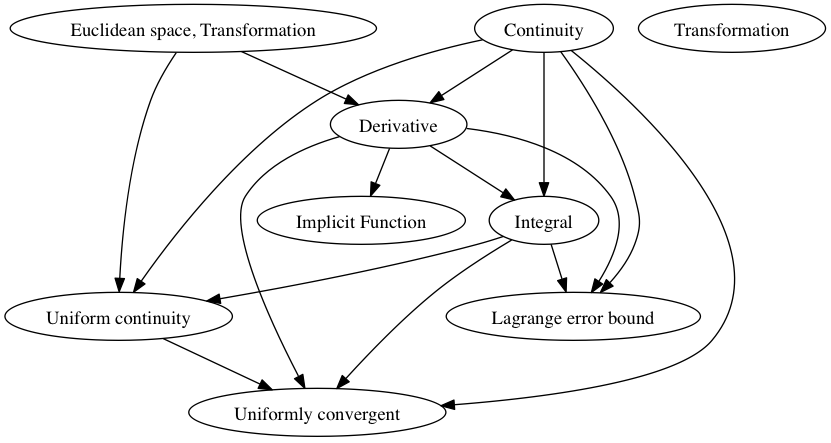
Above: moduleStructure.png in josebezme/modules-g2 (Graphviz), before the change. Its source is kept beside it as moduleStructure.dot. The source it was exported from:
```dot
digraph {
"Continuity"
"Integral"
"Derivative"->"Integral"
"Continuity"->"Integral"
"Implicit Function"
"Derivative"->"Implicit Function"
"Lagrange error bound"
"Derivative"->"Lagrange error bound"
"Integral"->"Lagrange error bound"
"Continuity"->"Lagrange error bound"
"Derivative"
"Euclidean space, Transformation"->"Derivative"
"Continuity"->"Derivative"
"Euclidean space, Transformation"
"Transformation"
"Uniform continuity"
"Euclidean space, Transformation"->"Uniform continuity"
"Integral"->"Uniform continuity"
"Continuity"->"Uniform continuity"
"Uniformly convergent"
"Uniform continuity"->"Uniformly convergent"
"Derivative"->"Uniformly convergent"
"Integral"->"Uniformly convergent"
"Continuity"->"Uniformly convergent"
}
```
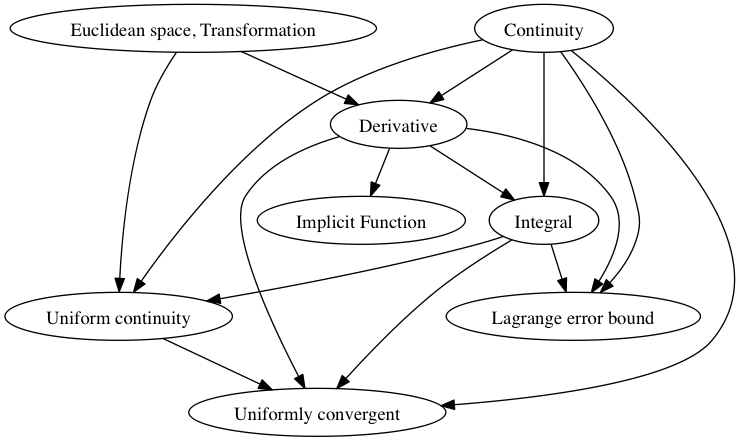
After the commit.

Commit message:
Fixed module merging

The edit, as a diff of the source:
```diff
@@ -1,5 +1,4 @@
 digraph {
-"Continuity"
 "Integral"
 "Derivative"->"Integral"
 "Continuity"->"Integral"
@@ -7,20 +6,18 @@
 "Derivative"->"Implicit Function"
 "Lagrange error bound"
 "Derivative"->"Lagrange error bound"
+"Continuity"->"Lagrange error bound"
 "Integral"->"Lagrange error bound"
-"Continuity"->"Lagrange error bound"
 "Derivative"
+"Continuity"->"Derivative"
 "Euclidean space, Transformation"->"Derivative"
-"Continuity"->"Derivative"
-"Euclidean space, Transformation"
-"Transformation"
 "Uniform continuity"
+"Continuity"->"Uniform continuity"
+"Integral"->"Uniform continuity"
 "Euclidean space, Transformation"->"Uniform continuity"
-"Integral"->"Uniform continuity"
-"Continuity"->"Uniform continuity"
 "Uniformly convergent"
+"Derivative"->"Uniformly convergent"
+"Continuity"->"Uniformly convergent"
+"Integral"->"Uniformly convergent"
 "Uniform continuity"->"Uniformly convergent"
-"Derivative"->"Uniformly convergent"
-"Integral"->"Uniformly convergent"
-"Continuity"->"Uniformly convergent"
 }
```
